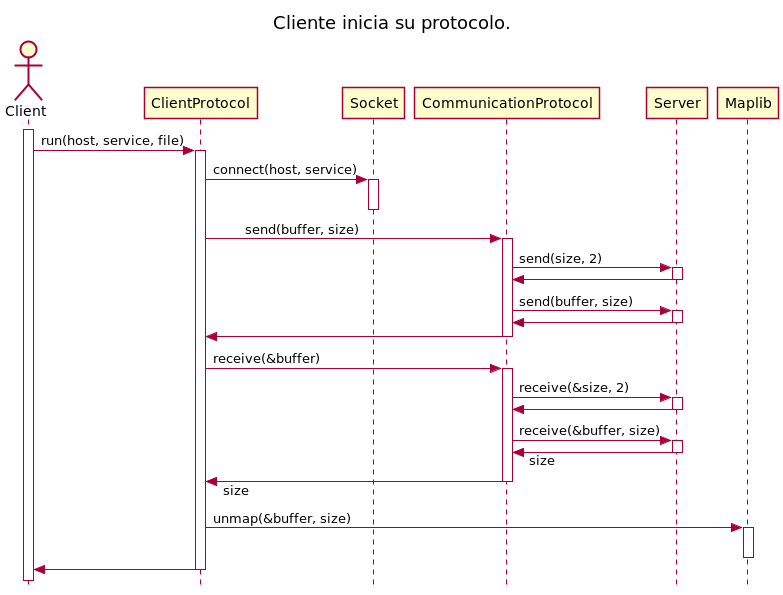
DanieLovera/TallerProgramacion-TP1 keeps this PlantUML diagram as images/diagrama_02-Cliente_inicia_su_protocolo_.png. Above is the earlier version.
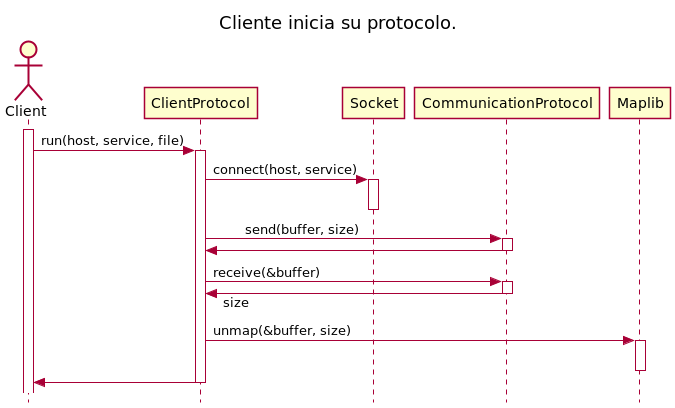
Later version of the same file.

Diff of the diagram source:
```diff
@@ -9,17 +9,8 @@
 ClientProtocol -> Socket++: connect(host, service)
 Socket--
 ClientProtocol -> CommunicationProtocol++: \tsend(buffer, size)
-CommunicationProtocol -> Server++: send(size, 2)
-Server -> CommunicationProtocol--
-CommunicationProtocol -> Server++: send(buffer, size)
-Server -> CommunicationProtocol--
-Server--
 CommunicationProtocol -> ClientProtocol--
 ClientProtocol -> CommunicationProtocol++: receive(&buffer)
-CommunicationProtocol -> Server++: receive(&size, 2)
-Server -> CommunicationProtocol--
-CommunicationProtocol -> Server++: receive(&buffer, size)
-Server -> CommunicationProtocol--: size
 CommunicationProtocol -> ClientProtocol--: size
 ClientProtocol -> Maplib++: unmap(&buffer, size)
 Maplib--
```
